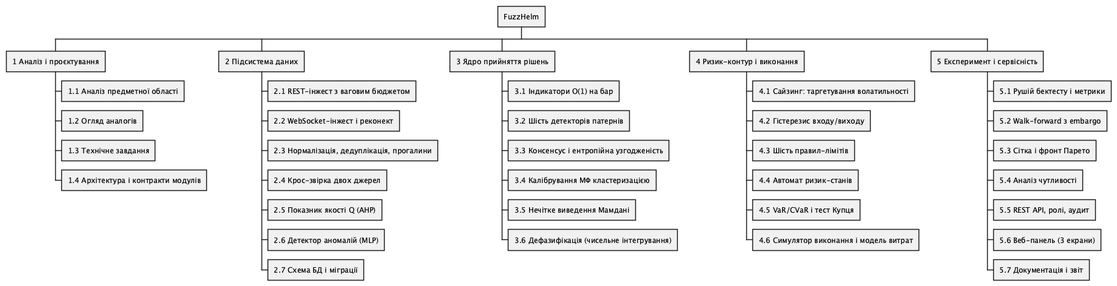
Earlier version of the PlantUML export docs/diagrams/wbs.png (AndrZhuk/FuzzHelm).
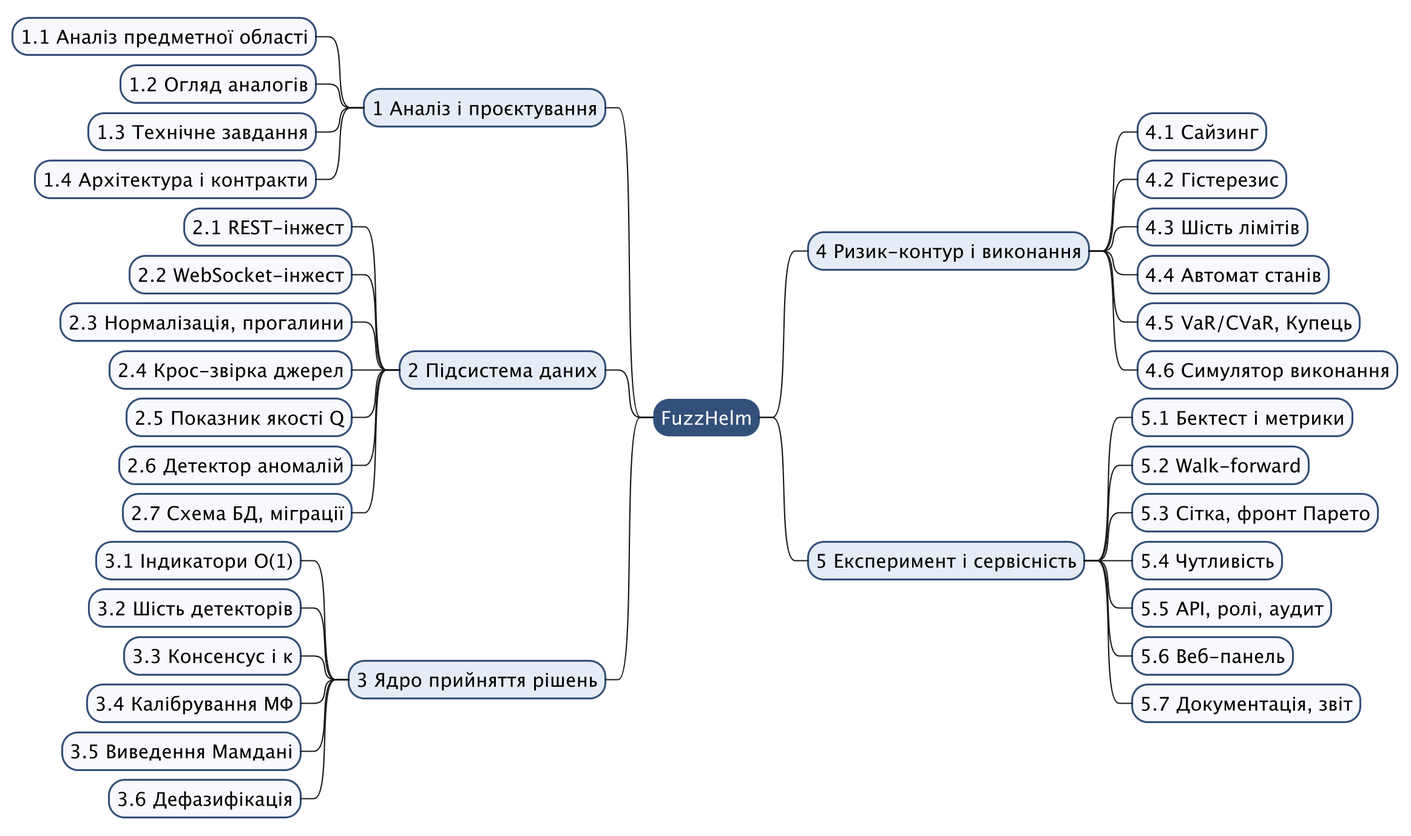
The same diagram one commit later.

Change to the diagram source:
```diff
@@ -1,38 +1,48 @@
-@startwbs
+@startmindmap
+skinparam dpi 200
+skinparam defaultFontName "DejaVu Sans"
+skinparam defaultFontSize 15
+<style>
+mindmapDiagram {
+  node { BackgroundColor #F7F9FC; LineColor #33507A; Padding 6; Margin 4 }
+  rootNode { BackgroundColor #33507A; FontColor #FFFFFF }
+  :depth(1) { BackgroundColor #E6ECF5 }
+}
+</style>
 * FuzzHelm
-** 1 Аналіз і проєктування
-*** 1.1 Аналіз предметної області
-*** 1.2 Огляд аналогів
-*** 1.3 Технічне завдання
-*** 1.4 Архітектура і контракти модулів
-** 2 Підсистема даних
-*** 2.1 REST-інжест з ваговим бюджетом
-*** 2.2 WebSocket-інжест і реконект
-*** 2.3 Нормалізація, дедуплікація, прогалини
-*** 2.4 Крос-звірка двох джерел
-*** 2.5 Показник якості Q (AHP)
-*** 2.6 Детектор аномалій (MLP)
-*** 2.7 Схема БД і міграції
-** 3 Ядро прийняття рішень
-*** 3.1 Індикатори O(1) на бар
-*** 3.2 Шість детекторів патернів
-*** 3.3 Консенсус і ентропійна узгодженість
-*** 3.4 Калібрування МФ кластеризацією
-*** 3.5 Нечітке виведення Мамдані
-*** 3.6 Дефазифікація (чисельне інтегрування)
+-- 1 Аналіз і проєктування
+--- 1.1 Аналіз предметної області
+--- 1.2 Огляд аналогів
+--- 1.3 Технічне завдання
+--- 1.4 Архітектура і контракти
+-- 2 Підсистема даних
+--- 2.1 REST-інжест
+--- 2.2 WebSocket-інжест
+--- 2.3 Нормалізація, прогалини
+--- 2.4 Крос-звірка джерел
+--- 2.5 Показник якості Q
+--- 2.6 Детектор аномалій
+--- 2.7 Схема БД, міграції
+-- 3 Ядро прийняття рішень
+--- 3.1 Індикатори O(1)
+--- 3.2 Шість детекторів
+--- 3.3 Консенсус і κ
+--- 3.4 Калібрування МФ
+--- 3.5 Виведення Мамдані
+--- 3.6 Дефазифікація
 ** 4 Ризик-контур і виконання
-*** 4.1 Сайзинг: таргетування волатильності
-*** 4.2 Гістерезис входу/виходу
-*** 4.3 Шість правил-лімітів
-*** 4.4 Автомат ризик-станів
-*** 4.5 VaR/CVaR і тест Купця
-*** 4.6 Симулятор виконання і модель витрат
+*** 4.1 Сайзинг
+*** 4.2 Гістерезис
+*** 4.3 Шість лімітів
+*** 4.4 Автомат станів
+*** 4.5 VaR/CVaR, Купець
+*** 4.6 Симулятор виконання
 ** 5 Експеримент і сервісність
-*** 5.1 Рушій бектесту і метрики
-*** 5.2 Walk-forward з embargo
-*** 5.3 Сітка і фронт Парето
-*** 5.4 Аналіз чутливості
-*** 5.5 REST API, ролі, аудит
-*** 5.6 Веб-панель (3 екрани)
-*** 5.7 Документація і звіт
-@endwbs
+*** 5.1 Бектест і метрики
+*** 5.2 Walk-forward
+*** 5.3 Сітка, фронт Парето
+*** 5.4 Чутливість
+*** 5.5 API, ролі, аудит
+*** 5.6 Веб-панель
+*** 5.7 Документація, звіт
+@endmindmap
```
